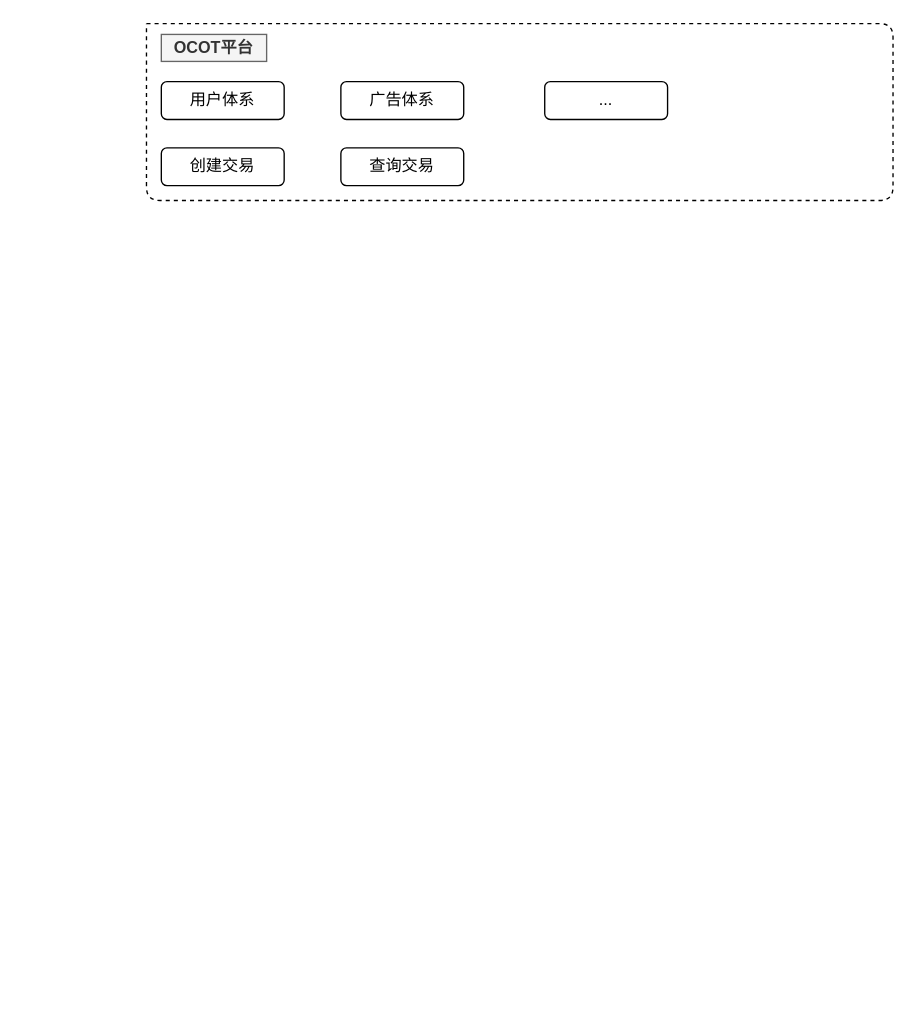
Above: hf.drawio in yiuked/diagram (draw.io), before the change. Source tidied: cells renumbered, new cells numbered last; positions are measured from the earlier drawing's top-left corner, leaving out a move shared by most shapes. Both pictures are drawn from the tidied source at 135%, with x=0, y=0 at pixel (146, 23).
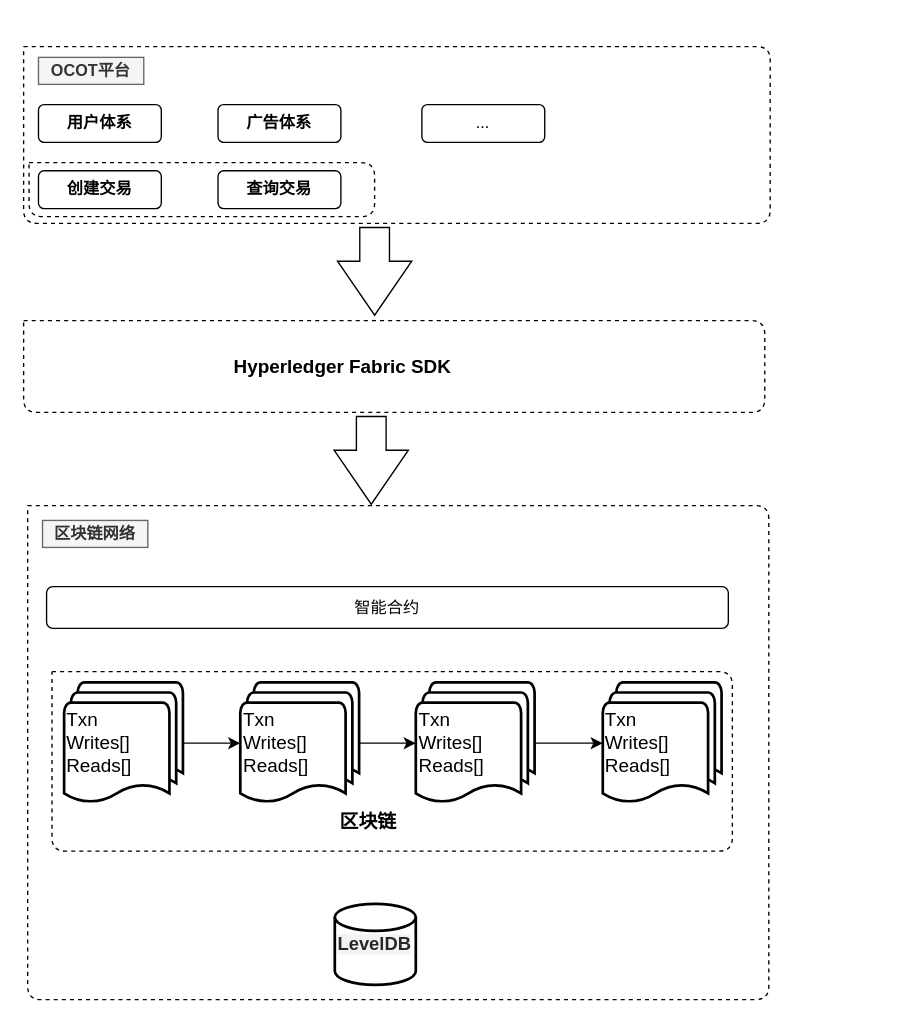
After the change.

The edit, as a diff of the source:
```diff
@@
-    <mxCell id="2" style="group;" parent="1" vertex="1">
-      <mxGeometry width="553" height="131" as="geometry" />
-    </mxCell>
+    <mxCell id="10" style="html=1;shadow=0;dashed=0;align=center;verticalAlign=middle;shape=mxgraph.arrows2.arrow;dy=0.6;dx=40;direction=south;notch=0;" parent="1" vertex="1">
+      <mxGeometry x="141.5" y="151" width="55" height="65" as="geometry" />
+    </mxCell>
+    <mxCell id="11" style="group;" parent="1" vertex="1">
+      <mxGeometry x="-91" y="17" width="553" height="131" as="geometry" />
+    </mxCell>
-    <mxCell id="3" style="endArrow=none;dashed=1;html=1;" parent="2" edge="1">
+    <mxCell id="3" style="endArrow=none;dashed=1;html=1;" parent="11" edge="1">
       <mxGeometry relative="1" as="geometry">
         <mxPoint as="sourcePoint" />
         <mxPoint as="targetPoint" />
         <Array as="points">
           <mxPoint x="553" />
           <mxPoint x="553" y="131" />
           <mxPoint y="131" />
         </Array>
       </mxGeometry>
     </mxCell>
-    <mxCell id="4" value="OCOT平台" style="text;html=1;strokeColor=#666666;fillColor=#f5f5f5;align=center;verticalAlign=middle;whiteSpace=wrap;rounded=0;fontStyle=1;fontColor=#333333;" parent="2" vertex="1">
+    <mxCell id="4" value="OCOT平台" style="text;html=1;strokeColor=#666666;fillColor=#f5f5f5;align=center;verticalAlign=middle;whiteSpace=wrap;rounded=0;fontStyle=1;fontColor=#333333;" parent="11" vertex="1">
       <mxGeometry x="11" y="8" width="78" height="20" as="geometry" />
     </mxCell>
-    <mxCell id="5" value="用户体系" style="rounded=1;whiteSpace=wrap;html=1;" parent="2" vertex="1">
+    <mxCell id="5" value="用户体系" style="rounded=1;whiteSpace=wrap;html=1;fontStyle=1;" parent="11" vertex="1">
       <mxGeometry x="11" y="43" width="91" height="28" as="geometry" />
     </mxCell>
-    <mxCell id="6" value="广告体系" style="rounded=1;whiteSpace=wrap;html=1;" parent="2" vertex="1">
+    <mxCell id="6" value="&lt;b&gt;广告体系&lt;/b&gt;" style="rounded=1;whiteSpace=wrap;html=1;" parent="11" vertex="1">
       <mxGeometry x="144" y="43" width="91" height="28" as="geometry" />
     </mxCell>
-    <mxCell id="7" value="..." style="rounded=1;whiteSpace=wrap;html=1;" parent="2" vertex="1">
+    <mxCell id="7" value="..." style="rounded=1;whiteSpace=wrap;html=1;" parent="11" vertex="1">
       <mxGeometry x="295" y="43" width="91" height="28" as="geometry" />
     </mxCell>
-    <mxCell id="8" value="创建交易" style="rounded=1;whiteSpace=wrap;html=1;" parent="2" vertex="1">
+    <mxCell id="8" value="创建交易" style="rounded=1;whiteSpace=wrap;html=1;fontStyle=1;" parent="11" vertex="1">
       <mxGeometry x="11" y="92" width="91" height="28" as="geometry" />
     </mxCell>
-    <mxCell id="9" value="查询交易" style="rounded=1;whiteSpace=wrap;html=1;" parent="2" vertex="1">
+    <mxCell id="9" value="查询交易" style="rounded=1;whiteSpace=wrap;html=1;fontStyle=1;" parent="11" vertex="1">
       <mxGeometry x="144" y="92" width="91" height="28" as="geometry" />
     </mxCell>
+    <mxCell id="12" style="group;" parent="11" vertex="1">
+      <mxGeometry x="4" y="86" width="256" height="40" as="geometry" />
+    </mxCell>
+    <mxCell id="13" style="endArrow=none;dashed=1;html=1;" parent="12" edge="1">
+      <mxGeometry relative="1" as="geometry">
+        <mxPoint as="sourcePoint" />
+        <mxPoint as="targetPoint" />
+        <Array as="points">
+          <mxPoint x="256" />
+          <mxPoint x="256" y="40" />
+          <mxPoint y="40" />
+        </Array>
+      </mxGeometry>
+    </mxCell>
+    <mxCell id="14" style="group;" parent="1" vertex="1">
+      <mxGeometry x="-91" y="220" width="549" height="68" as="geometry" />
+    </mxCell>
+    <mxCell id="15" style="endArrow=none;dashed=1;html=1;" parent="14" edge="1">
+      <mxGeometry relative="1" as="geometry">
+        <mxPoint as="sourcePoint" />
+        <mxPoint as="targetPoint" />
+        <Array as="points">
+          <mxPoint x="549" />
+          <mxPoint x="549" y="68" />
+          <mxPoint y="68" />
+        </Array>
+      </mxGeometry>
+    </mxCell>
+    <mxCell id="16" value="Hyperledger Fabric SDK" style="text;html=1;strokeColor=none;fillColor=none;align=center;verticalAlign=middle;whiteSpace=wrap;rounded=0;fontStyle=1;fontSize=14;" parent="14" vertex="1">
+      <mxGeometry x="144" y="24" width="185" height="20" as="geometry" />
+    </mxCell>
+    <mxCell id="17" style="html=1;shadow=0;dashed=0;align=center;verticalAlign=middle;shape=mxgraph.arrows2.arrow;dy=0.6;dx=40;direction=south;notch=0;" parent="1" vertex="1">
+      <mxGeometry x="139" y="291" width="55" height="65" as="geometry" />
+    </mxCell>
+    <mxCell id="18" style="group;" parent="1" vertex="1">
+      <mxGeometry x="-88" y="357" width="549" height="366" as="geometry" />
+    </mxCell>
+    <mxCell id="19" style="group;" parent="18" vertex="1">
+      <mxGeometry width="549" height="366" as="geometry" />
+    </mxCell>
+    <mxCell id="20" style="endArrow=none;dashed=1;html=1;" parent="19" edge="1">
+      <mxGeometry relative="1" as="geometry">
+        <mxPoint as="sourcePoint" />
+        <mxPoint as="targetPoint" />
+        <Array as="points">
+          <mxPoint x="549" />
+          <mxPoint x="549" y="366" />
+          <mxPoint y="366" />
+        </Array>
+      </mxGeometry>
+    </mxCell>
+    <mxCell id="21" value="区块链网络" style="text;html=1;strokeColor=#666666;fillColor=#f5f5f5;align=center;verticalAlign=middle;whiteSpace=wrap;rounded=0;fontStyle=1;fontColor=#333333;" parent="19" vertex="1">
+      <mxGeometry x="11" y="11" width="78" height="20" as="geometry" />
+    </mxCell>
+    <mxCell id="22" value="智能合约" style="rounded=1;whiteSpace=wrap;html=1;" parent="19" vertex="1">
+      <mxGeometry x="14" y="60" width="505" height="31" as="geometry" />
+    </mxCell>
+    <mxCell id="23" style="endArrow=none;dashed=1;html=1;fontSize=14;" parent="19" edge="1">
+      <mxGeometry relative="1" as="geometry">
+        <mxPoint x="18" y="123" as="sourcePoint" />
+        <mxPoint x="18" y="123" as="targetPoint" />
+        <Array as="points">
+          <mxPoint x="522" y="123" />
+          <mxPoint x="522" y="256" />
+          <mxPoint x="18" y="256" />
+        </Array>
+      </mxGeometry>
+    </mxCell>
+    <mxCell id="24" style="edgeStyle=orthogonalEdgeStyle;rounded=0;jettySize=auto;html=1;exitX=1;exitY=0.5;exitDx=0;exitDy=0;exitPerimeter=0;entryX=0;entryY=0.5;entryDx=0;entryDy=0;entryPerimeter=0;fontSize=14;" parent="19" edge="1" source="25" target="27">
+      <mxGeometry relative="1" as="geometry" />
+    </mxCell>
+    <mxCell id="25" value="Txn&lt;br&gt;Writes[]&lt;br&gt;Reads[]" style="strokeWidth=2;html=1;shape=mxgraph.flowchart.multi-document;whiteSpace=wrap;fontSize=14;align=left;" parent="19" vertex="1">
+      <mxGeometry x="27" y="131" width="88" height="90" as="geometry" />
+    </mxCell>
+    <mxCell id="26" style="edgeStyle=orthogonalEdgeStyle;rounded=0;jettySize=auto;html=1;exitX=1;exitY=0.5;exitDx=0;exitDy=0;exitPerimeter=0;fontSize=14;" parent="19" edge="1" source="27" target="29">
+      <mxGeometry relative="1" as="geometry" />
+    </mxCell>
+    <mxCell id="27" value="Txn&lt;br&gt;Writes[]&lt;br&gt;Reads[]" style="strokeWidth=2;html=1;shape=mxgraph.flowchart.multi-document;whiteSpace=wrap;fontSize=14;align=left;" parent="19" vertex="1">
+      <mxGeometry x="157.5" y="131" width="88" height="90" as="geometry" />
+    </mxCell>
+    <mxCell id="28" style="edgeStyle=orthogonalEdgeStyle;rounded=0;jettySize=auto;html=1;exitX=1;exitY=0.5;exitDx=0;exitDy=0;exitPerimeter=0;entryX=0;entryY=0.5;entryDx=0;entryDy=0;entryPerimeter=0;fontSize=14;" parent="19" edge="1" source="29" target="30">
+      <mxGeometry relative="1" as="geometry" />
+    </mxCell>
+    <mxCell id="29" value="Txn&lt;br&gt;Writes[]&lt;br&gt;Reads[]" style="strokeWidth=2;html=1;shape=mxgraph.flowchart.multi-document;whiteSpace=wrap;fontSize=14;align=left;" parent="19" vertex="1">
+      <mxGeometry x="287.5" y="131" width="88" height="90" as="geometry" />
+    </mxCell>
+    <mxCell id="30" value="Txn&lt;br&gt;Writes[]&lt;br&gt;Reads[]" style="strokeWidth=2;html=1;shape=mxgraph.flowchart.multi-document;whiteSpace=wrap;fontSize=14;align=left;" parent="19" vertex="1">
+      <mxGeometry x="426" y="131" width="88" height="90" as="geometry" />
+    </mxCell>
+    <mxCell id="31" value="&lt;span style=&quot;color: rgb(36 , 41 , 46) ; font-family: , &amp;#34;consolas&amp;#34; , &amp;#34;liberation mono&amp;#34; , &amp;#34;menlo&amp;#34; , monospace ; font-size: 13.6px ; white-space: normal ; background-color: rgba(27 , 31 , 35 , 0.05)&quot;&gt;&lt;b&gt;LevelDB&lt;/b&gt;&lt;/span&gt;" style="strokeWidth=2;html=1;shape=mxgraph.flowchart.database;whiteSpace=wrap;fontSize=14;align=left;" parent="19" vertex="1">
+      <mxGeometry x="227.5" y="295" width="60" height="60" as="geometry" />
+    </mxCell>
+    <mxCell id="32" value="区块链" style="text;strokeColor=none;fillColor=none;html=1;fontSize=14;fontStyle=1;verticalAlign=middle;align=center;" parent="19" vertex="1">
+      <mxGeometry x="202" y="214" width="100" height="40" as="geometry" />
+    </mxCell>
```
